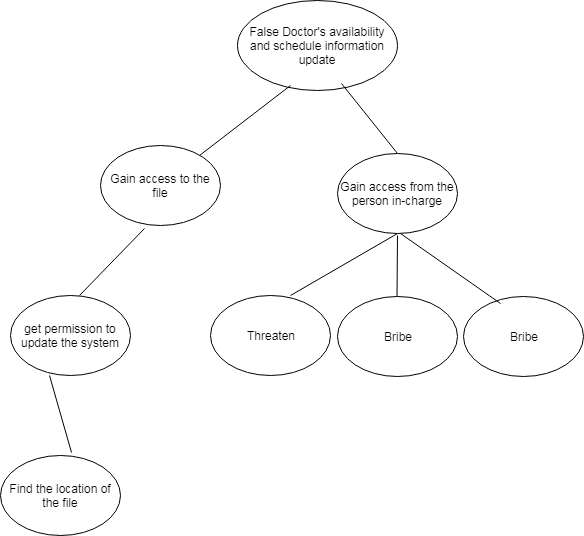
The draw.io diagram Untitled Diagram.png in ogochukwu2610/my-world, before a commit. Source tidied: cells renumbered, new cells last; positions are measured from the earlier drawing's top-left corner, leaving out a move shared by most shapes.
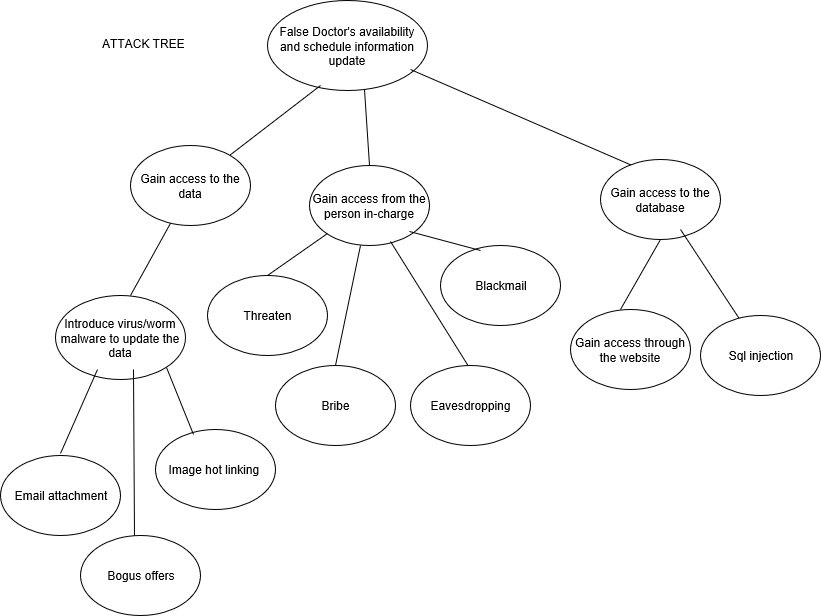
The same file after the commit.

Change to the diagram source:
```diff
@@ -3,58 +3,108 @@
     <mxCell id="0" />
     <mxCell id="1" parent="0" />
     <mxCell id="2" value="False Doctor's availability and schedule information update" style="ellipse;whiteSpace=wrap;html=1;" parent="1" vertex="1">
-      <mxGeometry x="236.5" width="160" height="90" as="geometry" />
+      <mxGeometry x="236.5" y="96" width="160" height="90" as="geometry" />
     </mxCell>
-    <mxCell id="3" style="endArrow=none;html=1;exitX=0.575;exitY=0;exitDx=0;exitDy=0;exitPerimeter=0;entryX=0.367;entryY=1.038;entryDx=0;entryDy=0;entryPerimeter=0;" parent="1" edge="1" source="5" target="14">
+    <mxCell id="3" style="endArrow=none;html=1;exitX=0.575;exitY=0;exitDx=0;exitDy=0;exitPerimeter=0;entryX=0.34;entryY=0.95;entryDx=0;entryDy=0;entryPerimeter=0;" parent="1" edge="1" source="5" target="14">
       <mxGeometry relative="1" as="geometry" />
     </mxCell>
-    <mxCell id="4" style="endArrow=none;html=1;exitX=0.5;exitY=0;exitDx=0;exitDy=0;" parent="1" edge="1" source="6">
-      <mxGeometry relative="1" as="geometry">
-        <mxPoint x="341" y="83" as="targetPoint" />
-      </mxGeometry>
+    <mxCell id="4" style="endArrow=none;html=1;exitX=0.5;exitY=0;exitDx=0;exitDy=0;entryX=0.607;entryY=0.989;entryDx=0;entryDy=0;entryPerimeter=0;" parent="1" edge="1" source="6" target="2">
+      <mxGeometry relative="1" as="geometry" />
     </mxCell>
-    <mxCell id="5" value="get permission to update the system&lt;br&gt;" style="ellipse;whiteSpace=wrap;html=1;" parent="1" vertex="1">
-      <mxGeometry x="10" y="295" width="120" height="80" as="geometry" />
+    <mxCell id="5" value="Introduce virus/worm malware to update the data&lt;br&gt;" style="ellipse;whiteSpace=wrap;html=1;" parent="1" vertex="1">
+      <mxGeometry x="25" y="391" width="130" height="84" as="geometry" />
     </mxCell>
     <mxCell id="6" value="Gain access from the person in-charge" style="ellipse;whiteSpace=wrap;html=1;" parent="1" vertex="1">
-      <mxGeometry x="336.5" y="153" width="120" height="80" as="geometry" />
+      <mxGeometry x="279" y="261" width="120" height="80" as="geometry" />
     </mxCell>
-    <mxCell id="7" style="endArrow=none;html=1;entryX=0.325;entryY=1;entryDx=0;entryDy=0;entryPerimeter=0;exitX=0.592;exitY=-0.037;exitDx=0;exitDy=0;exitPerimeter=0;" parent="1" edge="1" source="8" target="5">
-      <mxGeometry relative="1" as="geometry" />
+    <mxCell id="7" style="endArrow=none;html=1;" parent="1" edge="1">
+      <mxGeometry relative="1" as="geometry">
+        <mxPoint x="30" y="549" as="sourcePoint" />
+        <mxPoint x="67" y="465" as="targetPoint" />
+      </mxGeometry>
     </mxCell>
-    <mxCell id="8" value="Find the location of the file" style="ellipse;whiteSpace=wrap;html=1;" parent="1" vertex="1">
-      <mxGeometry y="455" width="120" height="80" as="geometry" />
+    <mxCell id="8" value="Email attachment&lt;br&gt;" style="ellipse;whiteSpace=wrap;html=1;" parent="1" vertex="1">
+      <mxGeometry x="-30" y="551" width="120" height="80" as="geometry" />
     </mxCell>
-    <mxCell id="9" style="endArrow=none;html=1;" parent="1" edge="1" target="10">
-      <mxGeometry relative="1" as="geometry">
-        <mxPoint x="397" y="235" as="sourcePoint" />
-      </mxGeometry>
+    <mxCell id="9" style="endArrow=none;html=1;exitX=0;exitY=1;exitDx=0;exitDy=0;entryX=0.5;entryY=0;entryDx=0;entryDy=0;" parent="1" edge="1" source="6" target="10">
+      <mxGeometry relative="1" as="geometry" />
     </mxCell>
-    <mxCell id="10" value="Bribe" style="ellipse;whiteSpace=wrap;html=1;" parent="1" vertex="1">
-      <mxGeometry x="336.5" y="296" width="120" height="80" as="geometry" />
+    <mxCell id="10" value="Threaten&lt;br&gt;" style="ellipse;whiteSpace=wrap;html=1;" parent="1" vertex="1">
+      <mxGeometry x="176.5" y="371" width="120" height="80" as="geometry" />
     </mxCell>
-    <mxCell id="11" value="Threaten" style="ellipse;whiteSpace=wrap;html=1;" parent="1" vertex="1">
-      <mxGeometry x="210" y="295" width="120" height="80" as="geometry" />
+    <mxCell id="11" value="Bribe&lt;br&gt;" style="ellipse;whiteSpace=wrap;html=1;" parent="1" vertex="1">
+      <mxGeometry x="244.5" y="461" width="120" height="80" as="geometry" />
     </mxCell>
-    <mxCell id="12" value="Bribe" style="ellipse;whiteSpace=wrap;html=1;" parent="1" vertex="1">
-      <mxGeometry x="463" y="296" width="120" height="80" as="geometry" />
+    <mxCell id="12" value="Blackmail&lt;br&gt;" style="ellipse;whiteSpace=wrap;html=1;" parent="1" vertex="1">
+      <mxGeometry x="410" y="341" width="120" height="80" as="geometry" />
     </mxCell>
-    <mxCell id="13" style="endArrow=none;html=1;entryX=0.333;entryY=0;entryDx=0;entryDy=0;entryPerimeter=0;" parent="1" edge="1">
+    <mxCell id="13" style="endArrow=none;html=1;entryX=0.33;entryY=0.058;entryDx=0;entryDy=0;entryPerimeter=0;" parent="1" edge="1" target="12">
       <mxGeometry relative="1" as="geometry">
-        <mxPoint x="400" y="233" as="sourcePoint" />
-        <mxPoint x="500" y="303" as="targetPoint" />
+        <mxPoint x="379" y="327" as="sourcePoint" />
       </mxGeometry>
     </mxCell>
-    <mxCell id="14" value="Gain access to the file&lt;br&gt;" style="ellipse;whiteSpace=wrap;html=1;" parent="1" vertex="1">
-      <mxGeometry x="100" y="145" width="120" height="80" as="geometry" />
+    <mxCell id="14" value="Gain access to the data&lt;br&gt;" style="ellipse;whiteSpace=wrap;html=1;" parent="1" vertex="1">
+      <mxGeometry x="100" y="241" width="120" height="80" as="geometry" />
     </mxCell>
     <mxCell id="15" style="endArrow=none;html=1;" parent="1" edge="1" target="14">
       <mxGeometry relative="1" as="geometry">
-        <mxPoint x="290" y="85" as="sourcePoint" />
+        <mxPoint x="290" y="181" as="sourcePoint" />
       </mxGeometry>
     </mxCell>
-    <mxCell id="16" style="endArrow=none;html=1;entryX=0.667;entryY=0;entryDx=0;entryDy=0;entryPerimeter=0;exitX=0.5;exitY=1;exitDx=0;exitDy=0;" parent="1" edge="1" source="6" target="11">
-      <mxGeometry relative="1" as="geometry" />
+    <mxCell id="16" style="endArrow=none;html=1;entryX=0.5;entryY=0;entryDx=0;entryDy=0;" parent="1" edge="1" target="11">
+      <mxGeometry relative="1" as="geometry">
+        <mxPoint x="330" y="341" as="sourcePoint" />
+      </mxGeometry>
     </mxCell>
+    <mxCell id="17" value="ATTACK TREE&lt;br&gt;" style="text;html=1;align=left;verticalAlign=top;spacingTop=-4;" parent="1" vertex="1">
+      <mxGeometry x="70" y="130" width="100" height="20" as="geometry" />
+    </mxCell>
+    <mxCell id="18" style="endArrow=none;html=1;exitX=0.448;exitY=0.02;exitDx=0;exitDy=0;exitPerimeter=0;" parent="1" edge="1" source="29">
+      <mxGeometry relative="1" as="geometry">
+        <mxPoint x="103" y="465" as="targetPoint" />
+      </mxGeometry>
+    </mxCell>
+    <mxCell id="19" style="endArrow=none;html=1;exitX=0.282;exitY=0.085;exitDx=0;exitDy=0;exitPerimeter=0;" parent="1" edge="1" source="20">
+      <mxGeometry relative="1" as="geometry">
+        <mxPoint x="380" y="165" as="targetPoint" />
+      </mxGeometry>
+    </mxCell>
+    <mxCell id="20" value="Gain access to the database" style="ellipse;whiteSpace=wrap;html=1;" parent="1" vertex="1">
+      <mxGeometry x="570" y="255" width="120" height="80" as="geometry" />
+    </mxCell>
+    <mxCell id="21" style="endArrow=none;html=1;exitX=0.335;exitY=0.06;exitDx=0;exitDy=0;exitPerimeter=0;" parent="1" edge="1" source="25">
+      <mxGeometry relative="1" as="geometry">
+        <mxPoint x="650" y="325" as="targetPoint" />
+      </mxGeometry>
+    </mxCell>
+    <mxCell id="22" style="endArrow=none;html=1;" parent="1" edge="1">
+      <mxGeometry relative="1" as="geometry">
+        <mxPoint x="440" y="465" as="sourcePoint" />
+        <mxPoint x="360" y="337" as="targetPoint" />
+      </mxGeometry>
+    </mxCell>
+    <mxCell id="23" style="endArrow=none;html=1;entryX=0.5;entryY=1;entryDx=0;entryDy=0;" parent="1" edge="1" target="20">
+      <mxGeometry relative="1" as="geometry">
+        <mxPoint x="590" y="405" as="sourcePoint" />
+      </mxGeometry>
+    </mxCell>
+    <mxCell id="24" value="Eavesdropping" style="ellipse;whiteSpace=wrap;html=1;" parent="1" vertex="1">
+      <mxGeometry x="380" y="461" width="120" height="80" as="geometry" />
+    </mxCell>
+    <mxCell id="25" value="Sql injection" style="ellipse;whiteSpace=wrap;html=1;" parent="1" vertex="1">
+      <mxGeometry x="670" y="411" width="120" height="80" as="geometry" />
+    </mxCell>
+    <mxCell id="26" value="Gain access through the website" style="ellipse;whiteSpace=wrap;html=1;" parent="1" vertex="1">
+      <mxGeometry x="540" y="405" width="120" height="80" as="geometry" />
+    </mxCell>
+    <mxCell id="27" value="Image hot linking&amp;nbsp;" style="ellipse;whiteSpace=wrap;html=1;" parent="1" vertex="1">
+      <mxGeometry x="124.5" y="525" width="120" height="80" as="geometry" />
+    </mxCell>
+    <mxCell id="28" style="endArrow=none;html=1;exitX=0.318;exitY=0.065;exitDx=0;exitDy=0;exitPerimeter=0;entryX=1;entryY=1;entryDx=0;entryDy=0;" parent="1" edge="1" source="27" target="5">
+      <mxGeometry relative="1" as="geometry" />
+    </mxCell>
+    <mxCell id="29" value="Bogus offers" style="ellipse;whiteSpace=wrap;html=1;" parent="1" vertex="1">
+      <mxGeometry x="50" y="631" width="120" height="80" as="geometry" />
+    </mxCell>
   </root>
 </mxGraphModel>
```
